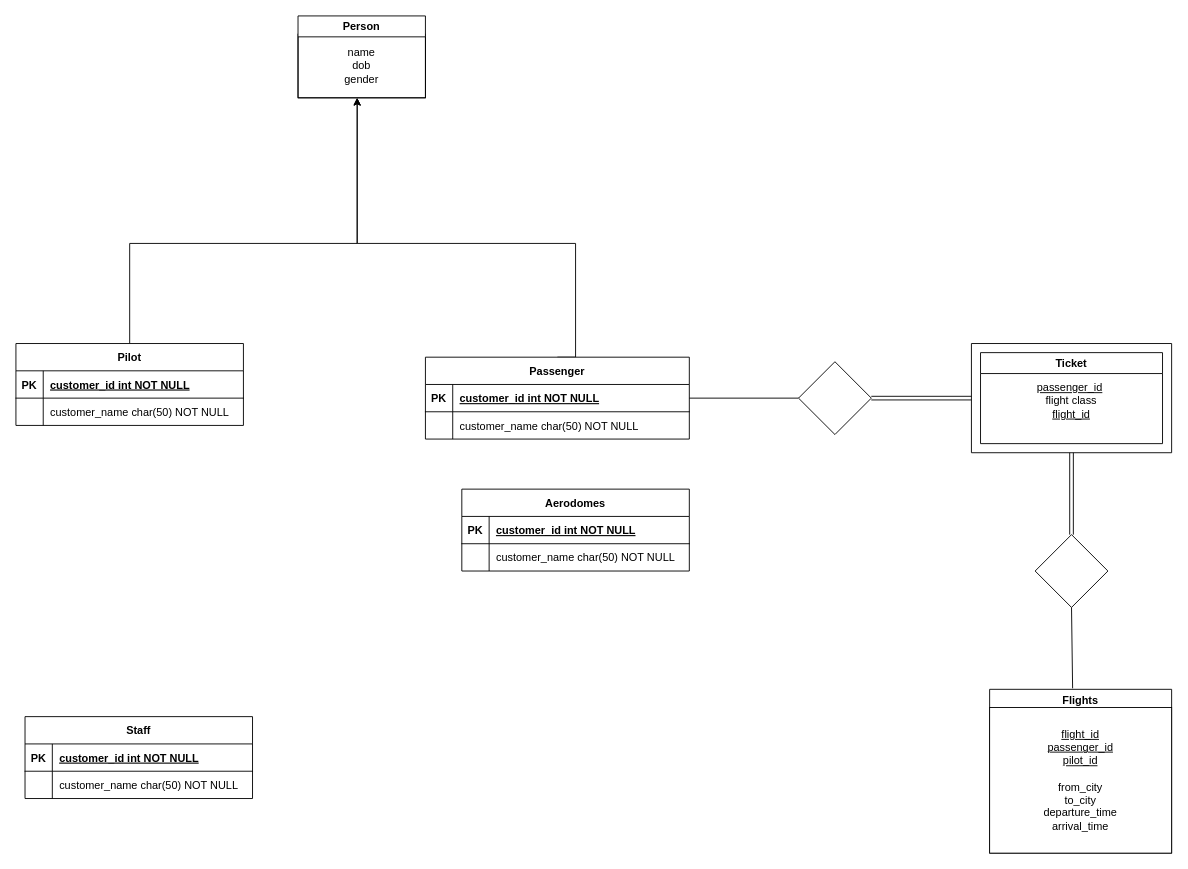
Above: Database.drawio in adarsh-kishore786/IT252-Project (draw.io), before the change. Source tidied: cells renumbered, new cells numbered last; positions are measured from the earlier drawing's top-left corner, leaving out a move shared by most shapes. Both pictures are drawn from the tidied source at 91%, with x=0, y=0 at pixel (15, 15).
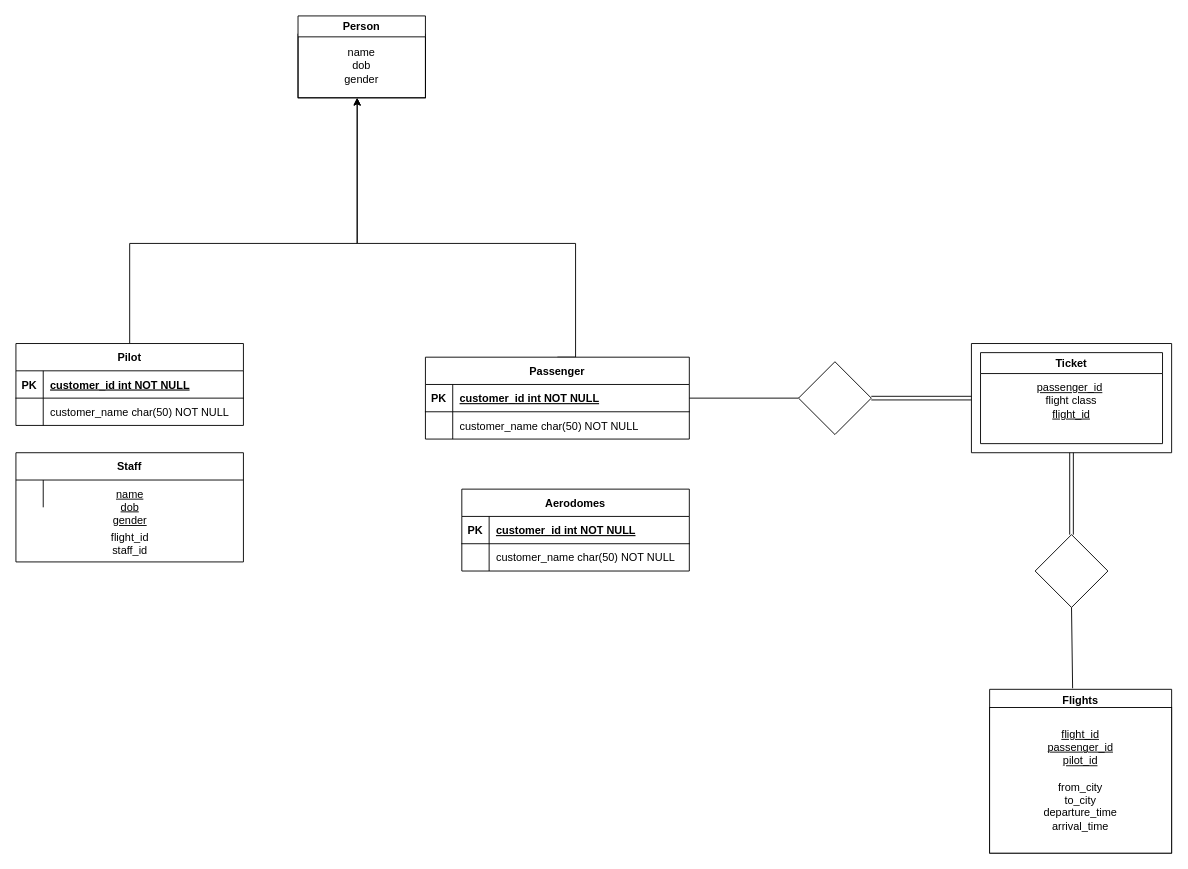
The same page after the edit.

Change to the diagram source:
```diff
@@
     <mxCell id="25" value="Staff" style="shape=table;startSize=30;childLayout=tableLayout;rowLines=0;fontStyle=1;align=center;" parent="1" vertex="1">
-      <mxGeometry x="10" y="770" width="250" height="90" as="geometry" />
+      <mxGeometry y="480" width="250" height="120" as="geometry" />
     </mxCell>
-    <mxCell id="26" style="shape=partialRectangle;fillColor=none;top=0;left=0;right=0;bottom=1;" parent="25" vertex="1">
-      <mxGeometry y="30" width="250" height="30" as="geometry" />
-    </mxCell>
-    <mxCell id="27" value="PK" style="shape=partialRectangle;overflow=hidden;fillColor=none;top=0;left=0;bottom=0;right=0;fontStyle=1;" parent="26" vertex="1">
-      <mxGeometry width="30" height="30" as="geometry" />
-    </mxCell>
-    <mxCell id="28" value="customer_id int NOT NULL " style="shape=partialRectangle;overflow=hidden;fillColor=none;top=0;left=0;bottom=0;right=0;align=left;spacingLeft=6;fontStyle=5;" parent="26" vertex="1">
-      <mxGeometry x="30" width="220" height="30" as="geometry" />
-    </mxCell>
     <mxCell id="29" style="shape=partialRectangle;fillColor=none;top=0;left=0;right=0;bottom=0;" parent="25" vertex="1">
-      <mxGeometry y="60" width="250" height="30" as="geometry" />
+      <mxGeometry y="30" width="250" height="30" as="geometry" />
     </mxCell>
@@
-    <mxCell id="31" value="customer_name char(50) NOT NULL" style="shape=partialRectangle;overflow=hidden;fillColor=none;top=0;left=0;bottom=0;right=0;align=left;spacingLeft=6;" parent="29" vertex="1">
+    <mxCell id="31" style="shape=partialRectangle;overflow=hidden;fillColor=none;top=0;left=0;bottom=0;right=0;align=left;spacingLeft=6;fontStyle=4;" parent="29" vertex="1">
       <mxGeometry x="30" width="220" height="30" as="geometry" />
     </mxCell>
@@
+    <mxCell id="45" value="&lt;u&gt;&lt;span&gt;name&lt;/span&gt;&lt;br&gt;&lt;span&gt;dob&lt;/span&gt;&lt;br&gt;&lt;span&gt;gender&lt;br&gt;&lt;/span&gt;&lt;/u&gt;" style="text;html=1;align=center;verticalAlign=middle;strokeColor=none;" parent="1" vertex="1">
+      <mxGeometry x="100" y="515" width="50" height="50" as="geometry" />
+    </mxCell>
+    <mxCell id="46" value="flight_id&lt;br&gt;staff_id" style="text;html=1;align=center;verticalAlign=middle;strokeColor=none;" parent="1" vertex="1">
+      <mxGeometry x="95" y="565" width="60" height="30" as="geometry" />
+    </mxCell>
```
